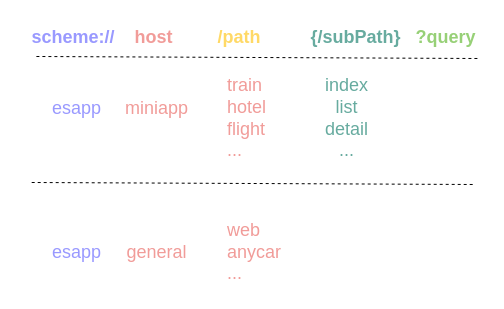
ashen-23/DrawIORepo keeps this draw.io diagram as page "Router 标准" (2 of 7) of 容器化实施方案.drawio. Above is the earlier version. Source tidied: cells renumbered, new cells numbered last; positions are measured from the earlier drawing's top-left corner, leaving out a move shared by most shapes. Both pictures are drawn from the tidied source at 100%, with x=0, y=0 at pixel (17, 17).
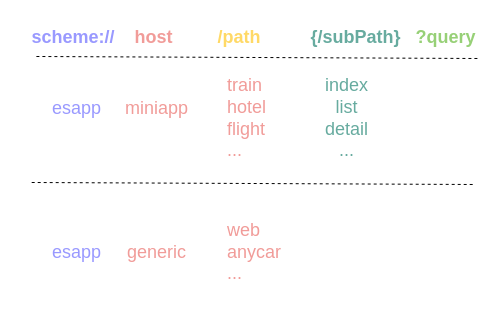
Above is the later version.

Commit message:
更新容器化实施方案.drawio

The edit, as a diff of the source:
```diff
@@
 <mxGraphModel>
   <root>
     <mxCell id="0" />
     <mxCell id="1" parent="0" />
     <mxCell id="2" value="&lt;font color=&quot;#9999ff&quot;&gt;scheme://&amp;nbsp; &amp;nbsp;&amp;nbsp;&lt;/font&gt;&lt;font color=&quot;#f19c99&quot;&gt;host&amp;nbsp; &amp;nbsp; &amp;nbsp; &amp;nbsp; &amp;nbsp;&lt;/font&gt;&lt;font color=&quot;#ffd966&quot;&gt;/path&amp;nbsp; &amp;nbsp; &amp;nbsp; &amp;nbsp; &amp;nbsp;&amp;nbsp;&lt;/font&gt;&lt;font color=&quot;#67ab9f&quot;&gt;{/subPath}&lt;/font&gt;&lt;font color=&quot;#ffd966&quot;&gt;&amp;nbsp; &amp;nbsp;&lt;/font&gt;&lt;font color=&quot;#97d077&quot;&gt;?query&lt;/font&gt;" style="text;html=1;align=center;verticalAlign=middle;points=[];strokeColor=none;fillColor=none;fontSize=18;fontStyle=1;spacingLeft=1;labelBorderColor=none;" parent="1" vertex="1">
       <mxGeometry width="470" height="40" as="geometry" />
     </mxCell>
     <mxCell id="3" value="esapp" style="text;html=1;align=center;verticalAlign=middle;strokeColor=none;fillColor=none;fontSize=18;fontColor=#9999FF;" parent="1" vertex="1">
       <mxGeometry x="24" y="71" width="70" height="40" as="geometry" />
     </mxCell>
     <mxCell id="4" value="miniapp" style="text;html=1;align=center;verticalAlign=middle;strokeColor=none;fillColor=none;fontSize=18;fontColor=#F19C99;" parent="1" vertex="1">
       <mxGeometry x="94" y="71" width="90" height="40" as="geometry" />
     </mxCell>
     <mxCell id="5" value="train&lt;br&gt;hotel&lt;br&gt;flight&lt;br&gt;..." style="text;html=1;align=left;verticalAlign=middle;strokeColor=none;fillColor=none;fontSize=18;fontColor=#F19C99;" parent="1" vertex="1">
       <mxGeometry x="208" y="51" width="60" height="100" as="geometry" />
     </mxCell>
     <mxCell id="6" style="endArrow=none;html=1;rounded=0;fontSize=18;fontColor=#F19C99;exitX=0.031;exitY=1.1;exitDx=0;exitDy=0;exitPerimeter=0;dashed=1;elbow=vertical;entryX=0.98;entryY=1.025;entryDx=0;entryDy=0;entryPerimeter=0;" parent="1" edge="1" target="2">
       <mxGeometry relative="1" as="geometry">
         <mxPoint x="18.9" y="39" as="sourcePoint" />
       </mxGeometry>
     </mxCell>
     <mxCell id="7" value="index&lt;br&gt;list&lt;br&gt;detail&lt;br&gt;..." style="text;html=1;align=center;verticalAlign=middle;strokeColor=none;fillColor=none;fontSize=18;fontColor=#67AB9F;" parent="1" vertex="1">
       <mxGeometry x="294" y="51" width="70" height="100" as="geometry" />
     </mxCell>
     <mxCell id="8" style="endArrow=none;html=1;rounded=0;fontSize=18;fontColor=#F19C99;exitX=0.031;exitY=1.1;exitDx=0;exitDy=0;exitPerimeter=0;dashed=1;elbow=vertical;entryX=0.98;entryY=1.025;entryDx=0;entryDy=0;entryPerimeter=0;" parent="1" edge="1">
       <mxGeometry relative="1" as="geometry">
         <mxPoint x="14.2" y="165" as="sourcePoint" />
         <mxPoint x="455.8" y="167" as="targetPoint" />
       </mxGeometry>
     </mxCell>
     <mxCell id="9" value="esapp" style="text;html=1;align=center;verticalAlign=middle;strokeColor=none;fillColor=none;fontSize=18;fontColor=#9999FF;" parent="1" vertex="1">
       <mxGeometry x="24" y="215" width="70" height="40" as="geometry" />
     </mxCell>
-    <mxCell id="10" value="general" style="text;html=1;align=center;verticalAlign=middle;strokeColor=none;fillColor=none;fontSize=18;fontColor=#F19C99;" parent="1" vertex="1">
+    <mxCell id="10" value="generic" style="text;html=1;align=center;verticalAlign=middle;strokeColor=none;fillColor=none;fontSize=18;fontColor=#F19C99;" parent="1" vertex="1">
       <mxGeometry x="99" y="215" width="80" height="40" as="geometry" />
     </mxCell>
     <mxCell id="11" value="web&lt;br&gt;anycar&lt;br&gt;..." style="text;html=1;align=left;verticalAlign=middle;strokeColor=none;fillColor=none;fontSize=18;fontColor=#F19C99;" parent="1" vertex="1">
       <mxGeometry x="208" y="195" width="80" height="80" as="geometry" />
     </mxCell>
   </root>
 </mxGraphModel>
```
